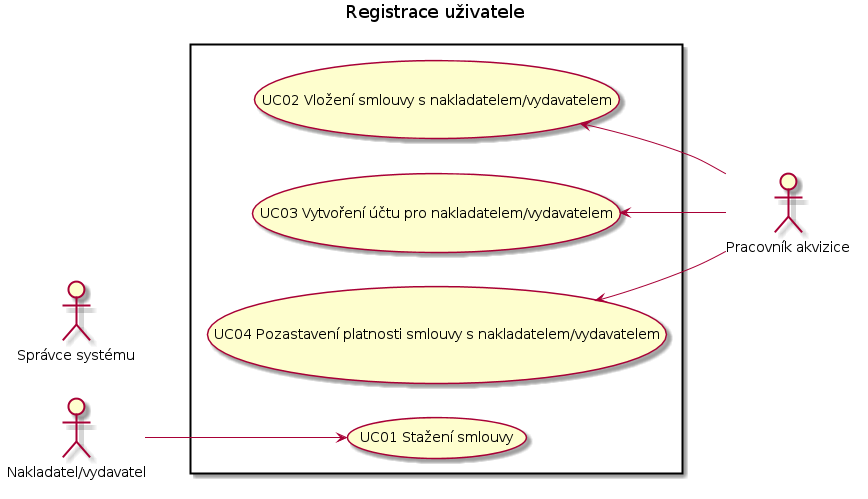
The PlantUML diagram docs/uc01.png in edeposit/edeposit.policy, before a commit.
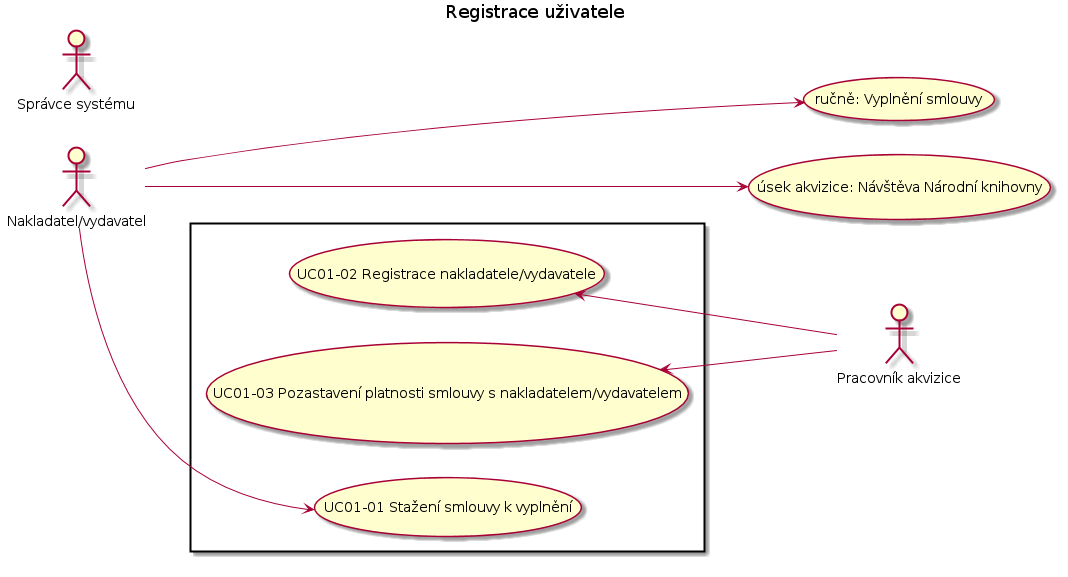
After the commit.

Diff of the diagram source:
```diff
@@ -2,14 +2,17 @@
 left to right direction
 title Registrace u?ivatele
 skinparam packageStyle rect
+
 actor :Nakladatel/vydavatel:
 actor :Pracovník akvizice:
 actor :Správce systému:
 
 rectangle  {
-	  :Nakladatel/vydavatel: --> (UC01 Sta?ení smlouvy)
-	  :Pracovník akvizice: -left-> (UC02 Vlo?ení smlouvy s nakladatelem/vydavatelem)
-	  :Pracovník akvizice: -left-> (UC03 Vytvo?ení ú?tu pro nakladatelem/vydavatelem)
-	  :Pracovník akvizice: -left-> (UC04 Pozastavení platnosti smlouvy s nakladatelem/vydavatelem)
+	  :Nakladatel/vydavatel: --> (UC01-01 Sta?ení smlouvy k vypln?ní)
+	  :Pracovník akvizice: -left-> (UC01-02 Registrace nakladatele/vydavatele)
+	  :Pracovník akvizice: -left-> (UC01-03 Pozastavení platnosti smlouvy s nakladatelem/vydavatelem)
 }
+
+:Nakladatel/vydavatel: ---> (ru?n?: Vypln?ní smlouvy)
+:Nakladatel/vydavatel: ---> (úsek akvizice: Náv?t?va Národní knihovny)
 @enduml
```
